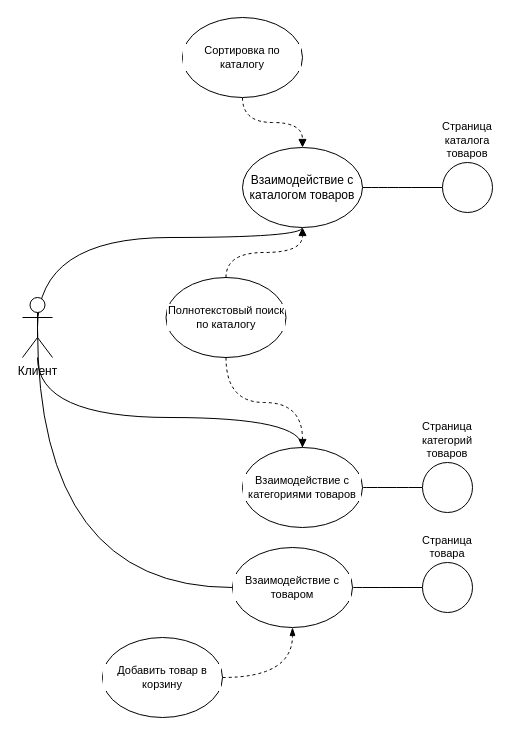
Earlier version of the draw.io diagram Диаграмма вариантов использования.drawio (VladZainullin/LiquorStore). Source tidied: cells renumbered, new cells numbered last; positions are measured from the earlier drawing's top-left corner, leaving out a move shared by most shapes. Both pictures are drawn from the tidied source at 100%, with x=0, y=0 at pixel (22, 17).
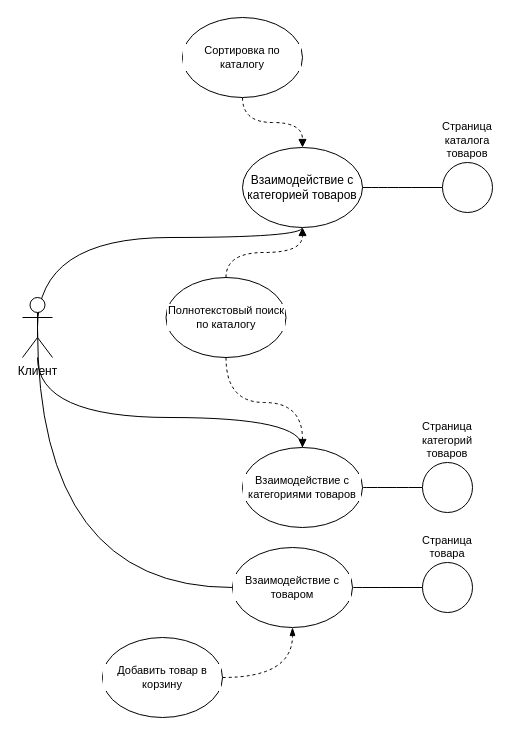
Above is the later version.

Diff of the diagram source:
```diff
@@
-    <mxCell id="6" value="Взаимодействие с каталогом товаров" style="ellipse;whiteSpace=wrap;html=1;" parent="1" vertex="1">
+    <mxCell id="6" value="Взаимодействие с категорией товаров" style="ellipse;whiteSpace=wrap;html=1;" parent="1" vertex="1">
       <mxGeometry x="220" y="130" width="120" height="80" as="geometry" />
     </mxCell>
```
